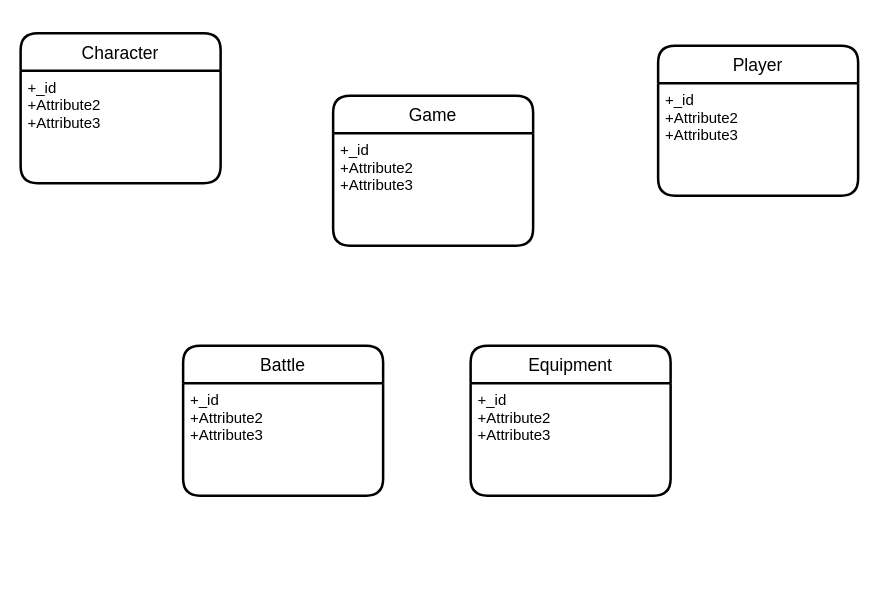
thbighead/turn-based-rpg keeps this draw.io diagram as page "ERD" (1 of 2) of TBRPG Diagrams.drawio. Above is the earlier version. Source tidied: cells renumbered, new cells numbered last; positions are measured from the earlier drawing's top-left corner, leaving out a move shared by most shapes. Both pictures are drawn from the tidied source at 125%, with x=0, y=0 at pixel (20, 32).
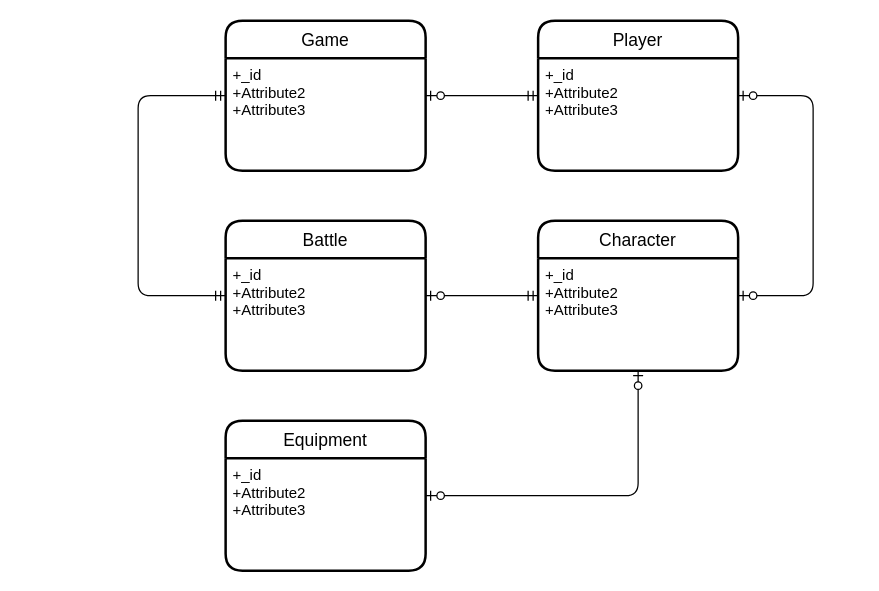
Above is the later version.

Commit message:
Update Diagrams: defining initial relations

What changed in the source:
```diff
@@
+    <mxCell id="12" style="edgeStyle=orthogonalEdgeStyle;fontSize=12;html=1;endArrow=ERzeroToOne;startArrow=ERmandOne;" parent="1" edge="1" source="8" target="2">
+      <mxGeometry relative="1" as="geometry" />
+    </mxCell>
+    <mxCell id="13" style="edgeStyle=orthogonalEdgeStyle;fontSize=12;html=1;endArrow=ERmandOne;startArrow=ERmandOne;" parent="1" edge="1" source="4" target="2">
+      <mxGeometry relative="1" as="geometry">
+        <Array as="points">
+          <mxPoint x="94" y="210" />
+          <mxPoint x="94" y="50" />
+        </Array>
+      </mxGeometry>
+    </mxCell>
+    <mxCell id="14" style="edgeStyle=orthogonalEdgeStyle;fontSize=12;html=1;endArrow=ERzeroToOne;startArrow=ERzeroToOne;startFill=1;" parent="1" edge="1" source="8" target="10">
+      <mxGeometry relative="1" as="geometry">
+        <Array as="points">
+          <mxPoint x="634" y="50" />
+          <mxPoint x="634" y="210" />
+        </Array>
+      </mxGeometry>
+    </mxCell>
+    <mxCell id="15" style="edgeStyle=orthogonalEdgeStyle;fontSize=12;html=1;endArrow=ERzeroToOne;startArrow=ERmandOne;" parent="1" edge="1" source="10" target="4">
+      <mxGeometry relative="1" as="geometry" />
+    </mxCell>
+    <mxCell id="16" style="edgeStyle=orthogonalEdgeStyle;fontSize=12;html=1;endArrow=ERzeroToOne;startArrow=ERzeroToOne;startFill=1;" parent="1" edge="1" source="10" target="6">
+      <mxGeometry relative="1" as="geometry">
+        <Array as="points">
+          <mxPoint x="494" y="370" />
+        </Array>
+      </mxGeometry>
+    </mxCell>
     <mxCell id="2" value="Game" style="swimlane;horizontal=1;startSize=30;rounded=1;fontSize=14;fontStyle=0;strokeWidth=2;shadow=0;dashed=0;align=center;" parent="1" vertex="1">
-      <mxGeometry x="250" y="50" width="160" height="120" as="geometry" />
+      <mxGeometry x="164" y="-10" width="160" height="120" as="geometry" />
     </mxCell>
@@
+    <mxCell id="8" value="Player" style="swimlane;horizontal=1;startSize=30;rounded=1;fontSize=14;fontStyle=0;strokeWidth=2;shadow=0;dashed=0;align=center;" parent="1" vertex="1">
+      <mxGeometry x="414" y="-10" width="160" height="120" as="geometry" />
+    </mxCell>
+    <mxCell id="9" value="+_id&#10;+Attribute2&#10;+Attribute3" style="align=left;strokeColor=none;fillColor=none;spacingLeft=4;fontSize=12;verticalAlign=top;" parent="8" vertex="1">
+      <mxGeometry y="30" width="160" height="90" as="geometry" />
+    </mxCell>
+    <mxCell id="10" value="Character" style="swimlane;horizontal=1;startSize=30;rounded=1;fontSize=14;fontStyle=0;strokeWidth=2;shadow=0;dashed=0;align=center;" parent="1" vertex="1">
+      <mxGeometry x="414" y="150" width="160" height="120" as="geometry" />
+    </mxCell>
+    <mxCell id="11" value="+_id&#10;+Attribute2&#10;+Attribute3" style="align=left;strokeColor=none;fillColor=none;spacingLeft=4;fontSize=12;verticalAlign=top;" parent="10" vertex="1">
+      <mxGeometry y="30" width="160" height="90" as="geometry" />
+    </mxCell>
     <mxCell id="4" value="Battle" style="swimlane;horizontal=1;startSize=30;rounded=1;fontSize=14;fontStyle=0;strokeWidth=2;shadow=0;dashed=0;align=center;" parent="1" vertex="1">
-      <mxGeometry x="130" y="250" width="160" height="120" as="geometry" />
+      <mxGeometry x="164" y="150" width="160" height="120" as="geometry" />
     </mxCell>
@@
     <mxCell id="6" value="Equipment" style="swimlane;horizontal=1;startSize=30;rounded=1;fontSize=14;fontStyle=0;strokeWidth=2;shadow=0;dashed=0;align=center;" parent="1" vertex="1">
-      <mxGeometry x="360" y="250" width="160" height="120" as="geometry" />
+      <mxGeometry x="164" y="310" width="160" height="120" as="geometry" />
     </mxCell>
@@
-    <mxCell id="8" value="Player" style="swimlane;horizontal=1;startSize=30;rounded=1;fontSize=14;fontStyle=0;strokeWidth=2;shadow=0;dashed=0;align=center;" parent="1" vertex="1">
-      <mxGeometry x="510" y="10" width="160" height="120" as="geometry" />
-    </mxCell>
-    <mxCell id="9" value="+_id&#10;+Attribute2&#10;+Attribute3" style="align=left;strokeColor=none;fillColor=none;spacingLeft=4;fontSize=12;verticalAlign=top;" parent="8" vertex="1">
-      <mxGeometry y="30" width="160" height="90" as="geometry" />
-    </mxCell>
-    <mxCell id="10" value="Character" style="swimlane;horizontal=1;startSize=30;rounded=1;fontSize=14;fontStyle=0;strokeWidth=2;shadow=0;dashed=0;align=center;" parent="1" vertex="1">
-      <mxGeometry width="160" height="120" as="geometry" />
-    </mxCell>
-    <mxCell id="11" value="+_id&#10;+Attribute2&#10;+Attribute3" style="align=left;strokeColor=none;fillColor=none;spacingLeft=4;fontSize=12;verticalAlign=top;" parent="10" vertex="1">
-      <mxGeometry y="30" width="160" height="90" as="geometry" />
-    </mxCell>
```
